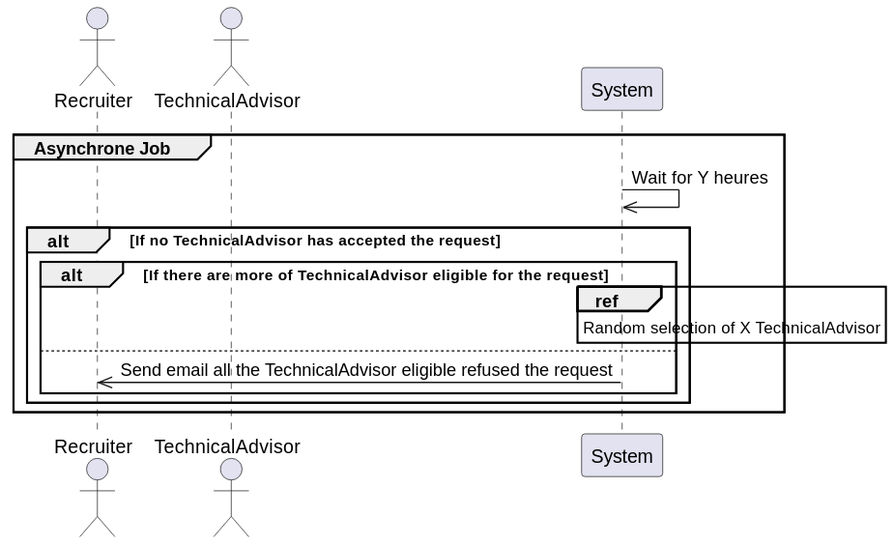
iBoukhenna/interview-managment-system keeps this PlantUML diagram as documents/out/3-sequance/2-sequance_diagram_notification_technical_advisor/2-sequance_diagram_notification_technical_advisor.svg. Above is the earlier version. Its diagram source:
```plantuml
@startuml
actor Recruiter
actor TechnicalAdvisor
participant System

group Asynchrone Job
    System ->> System: Wait for Y heures
    alt If no TechnicalAdvisor has accepted the request
        alt If there are more of TechnicalAdvisor eligible for the request
            ref over System
                Random selection of X TechnicalAdvisor
            end ref
        else
            System ->> Recruiter: Send email all the TechnicalAdvisor eligible refused the request
        end
    end
end
@enduml
```
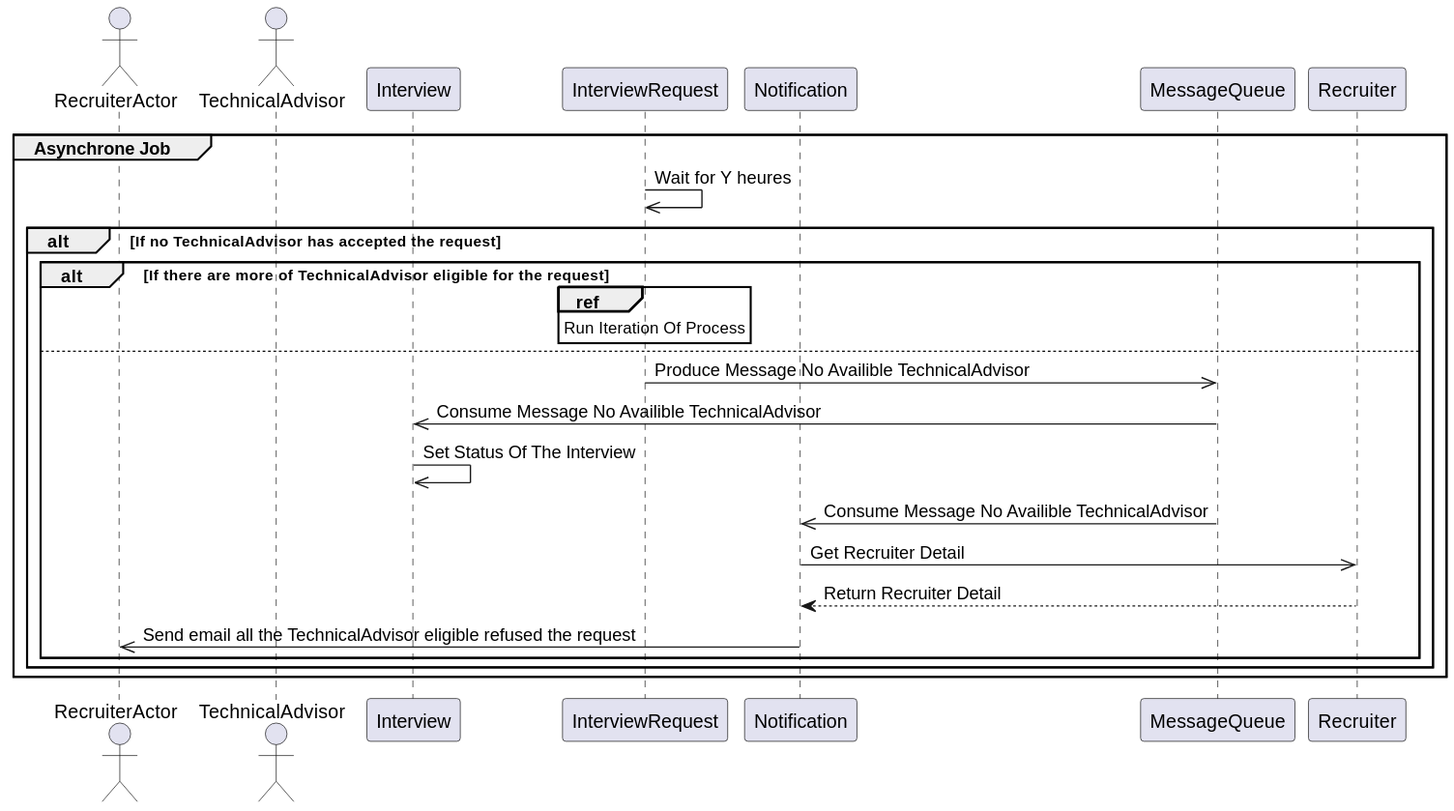
Later version of the same file.

What changed in the source:
```diff
@@ -1,17 +1,27 @@
 @startuml
-actor Recruiter
+actor RecruiterActor
 actor TechnicalAdvisor
-participant System
+participant Interview
+participant InterviewRequest
+participant Notification
+participant MessageQueue
+participant Recruiter
 
 group Asynchrone Job
-    System ->> System: Wait for Y heures
+    InterviewRequest ->> InterviewRequest: Wait for Y heures
     alt If no TechnicalAdvisor has accepted the request
         alt If there are more of TechnicalAdvisor eligible for the request
-            ref over System
-                Random selection of X TechnicalAdvisor
+            ref over InterviewRequest
+                Run Iteration Of Process
             end ref
         else
-            System ->> Recruiter: Send email all the TechnicalAdvisor eligible refused the request
+            InterviewRequest ->> MessageQueue: Produce Message No Availible TechnicalAdvisor
+            Interview <<- MessageQueue: Consume Message No Availible TechnicalAdvisor
+            Interview ->> Interview: Set Status Of The Interview
+            Notification <<- MessageQueue: Consume Message No Availible TechnicalAdvisor
+            Notification ->> Recruiter: Get Recruiter Detail
+            Recruiter --> Notification: Return Recruiter Detail
+            Notification ->> RecruiterActor: Send email all the TechnicalAdvisor eligible refused the request
         end
     end
 end
```
